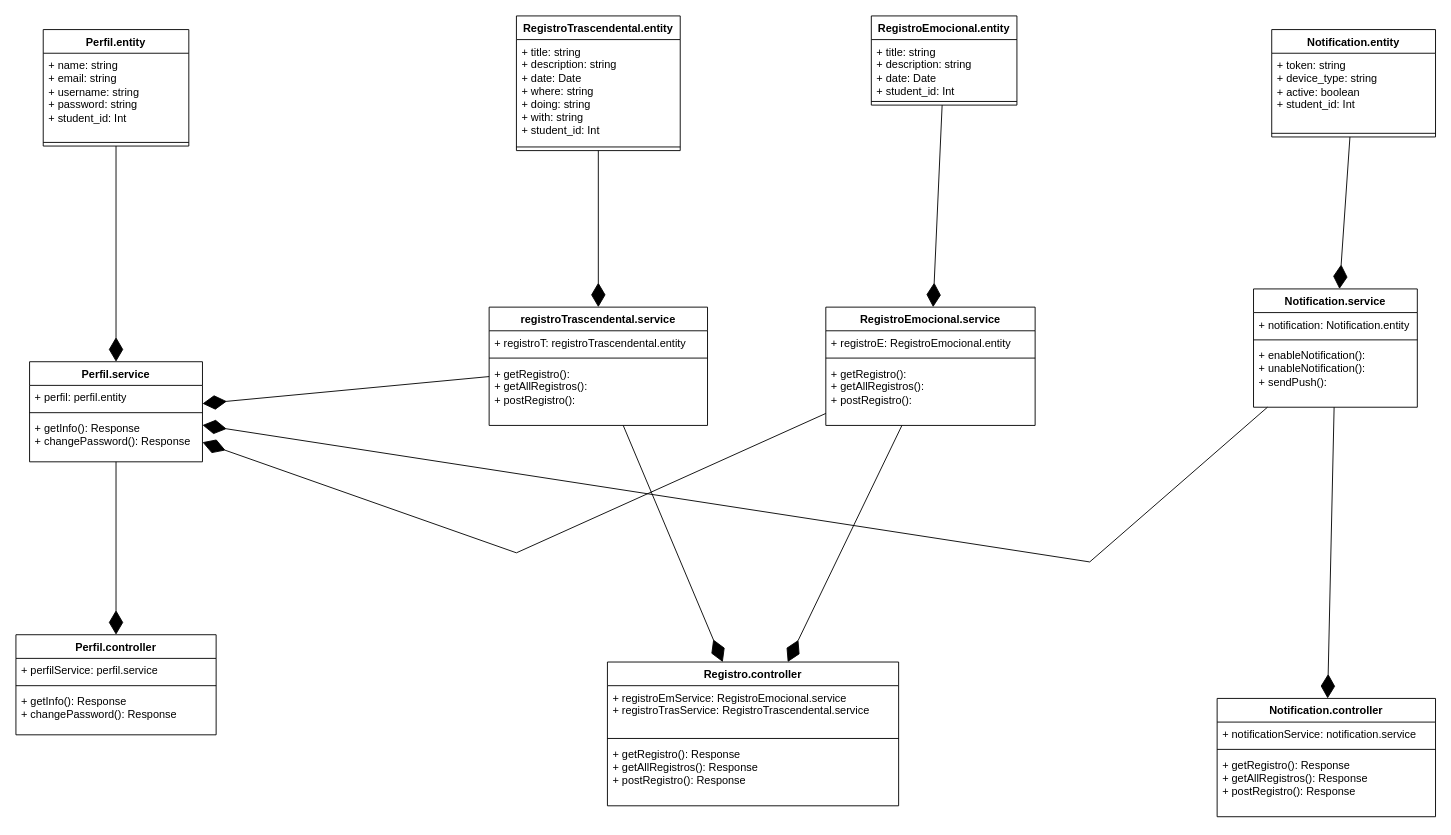
Earlier version of the draw.io diagram ClassDiagram.drawio (Our-Hive/OurHive-API-v2). Source tidied: cells renumbered, new cells numbered last; positions are measured from the earlier drawing's top-left corner, leaving out a move shared by most shapes. Both pictures are drawn from the tidied source at 91%, with x=0, y=0 at pixel (15, 15).
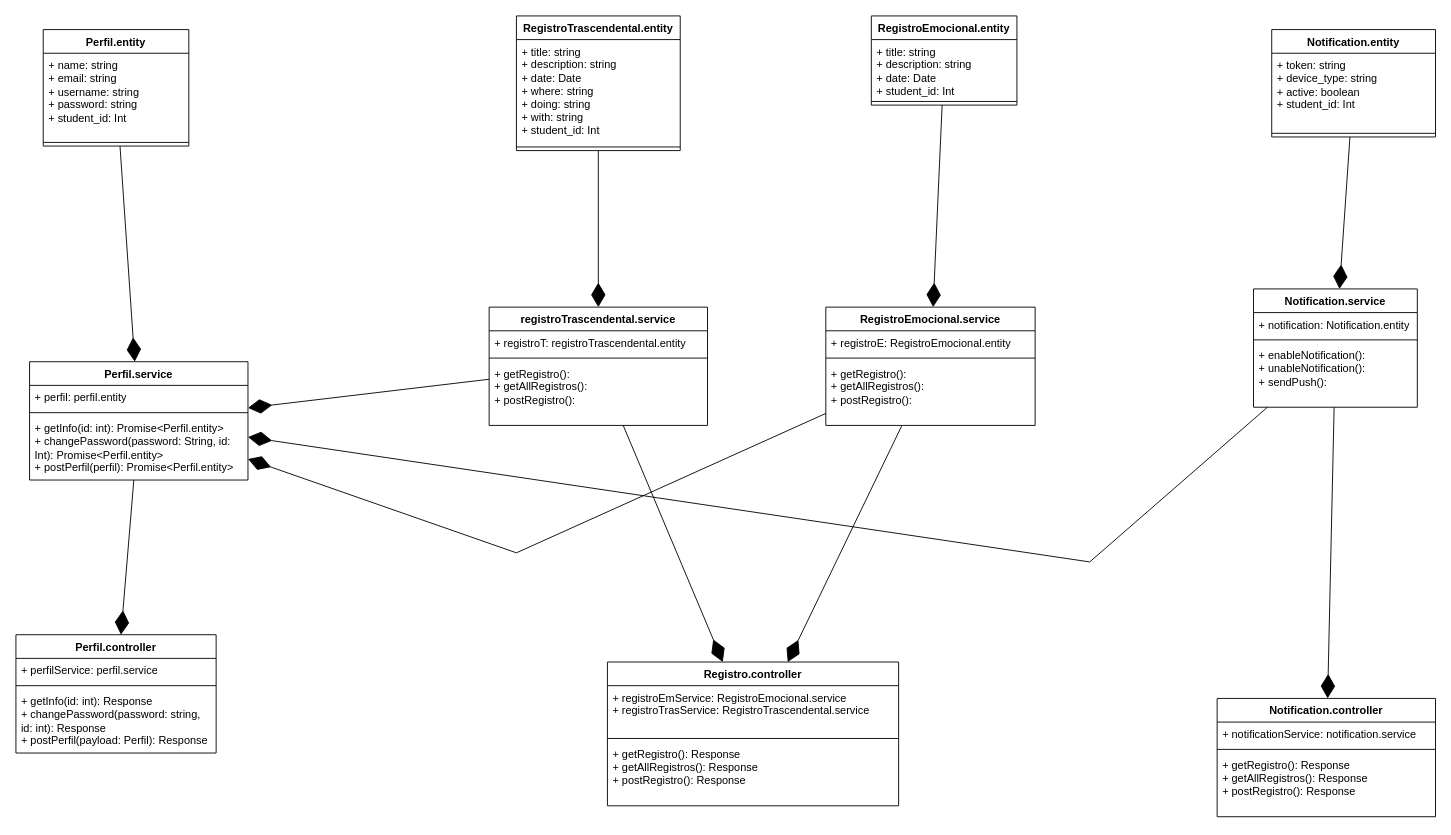
After the change.

Diff of the diagram source:
```diff
@@
     <mxCell id="2" value="Perfil.controller" style="swimlane;fontStyle=1;align=center;verticalAlign=top;horizontal=1;startSize=26;whiteSpace=wrap;html=1;" parent="1" vertex="1">
-      <mxGeometry y="680" width="220" height="110" as="geometry" />
+      <mxGeometry y="680" width="220" height="130" as="geometry" />
     </mxCell>
@@
-    <mxCell id="5" value="+ getInfo(): Response&lt;br&gt;+ changePassword(): Response" style="text;strokeColor=none;fillColor=none;align=left;verticalAlign=top;spacingLeft=4;spacingRight=4;overflow=hidden;whiteSpace=wrap;html=1;" parent="2" vertex="1">
-      <mxGeometry y="60" width="220" height="50" as="geometry" />
+    <mxCell id="5" value="+ getInfo(id: int): Response&lt;br style=&quot;border-color: var(--border-color);&quot;&gt;+ changePassword(password: string, id: int): Response&lt;br style=&quot;border-color: var(--border-color);&quot;&gt;+ postPerfil(payload: Perfil): Response" style="text;strokeColor=none;fillColor=none;align=left;verticalAlign=top;spacingLeft=4;spacingRight=4;overflow=hidden;whiteSpace=wrap;html=1;" parent="2" vertex="1">
+      <mxGeometry y="60" width="220" height="70" as="geometry" />
     </mxCell>
     <mxCell id="6" value="Perfil.service" style="swimlane;fontStyle=1;align=center;verticalAlign=top;horizontal=1;startSize=26;whiteSpace=wrap;html=1;" parent="1" vertex="1">
-      <mxGeometry x="15" y="380" width="190" height="110" as="geometry" />
+      <mxGeometry x="15" y="380" width="240" height="130" as="geometry" />
     </mxCell>
     <mxCell id="7" value="+ perfil: perfil.entity" style="text;strokeColor=none;fillColor=none;align=left;verticalAlign=top;spacingLeft=4;spacingRight=4;overflow=hidden;whiteSpace=wrap;html=1;" parent="6" vertex="1">
-      <mxGeometry y="26" width="190" height="26" as="geometry" />
+      <mxGeometry y="26" width="240" height="26" as="geometry" />
     </mxCell>
     <mxCell id="8" style="line;strokeWidth=1;fillColor=none;align=left;verticalAlign=middle;spacingTop=-1;spacingLeft=3;spacingRight=3;labelPosition=right;strokeColor=inherit;" parent="6" vertex="1">
-      <mxGeometry y="52" width="190" height="8" as="geometry" />
+      <mxGeometry y="52" width="240" height="8" as="geometry" />
     </mxCell>
-    <mxCell id="9" value="+ getInfo(): Response&lt;br&gt;+ changePassword(): Response" style="text;strokeColor=none;fillColor=none;align=left;verticalAlign=top;spacingLeft=4;spacingRight=4;overflow=hidden;whiteSpace=wrap;html=1;" parent="6" vertex="1">
-      <mxGeometry y="60" width="190" height="50" as="geometry" />
+    <mxCell id="9" value="+ getInfo(id: int): Promise&amp;lt;Perfil.entity&amp;gt;&lt;br&gt;+ changePassword(password: String, id: Int): Promise&amp;lt;Perfil.entity&amp;gt;&lt;br&gt;+ postPerfil(perfil): Promise&amp;lt;Perfil.entity&amp;gt;" style="text;strokeColor=none;fillColor=none;align=left;verticalAlign=top;spacingLeft=4;spacingRight=4;overflow=hidden;whiteSpace=wrap;html=1;" parent="6" vertex="1">
+      <mxGeometry y="60" width="240" height="70" as="geometry" />
     </mxCell>
```
